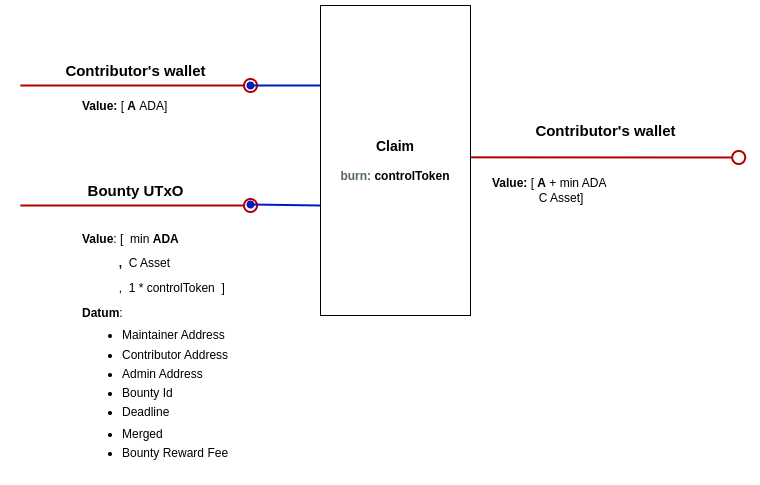
This is docs/img/claim.png from githoney-io/githoney-smart-contract, a draw.io export, as it was before one commit. Source tidied: cells renumbered, new cells last; positions are measured from the earlier drawing's top-left corner, leaving out a move shared by most shapes.
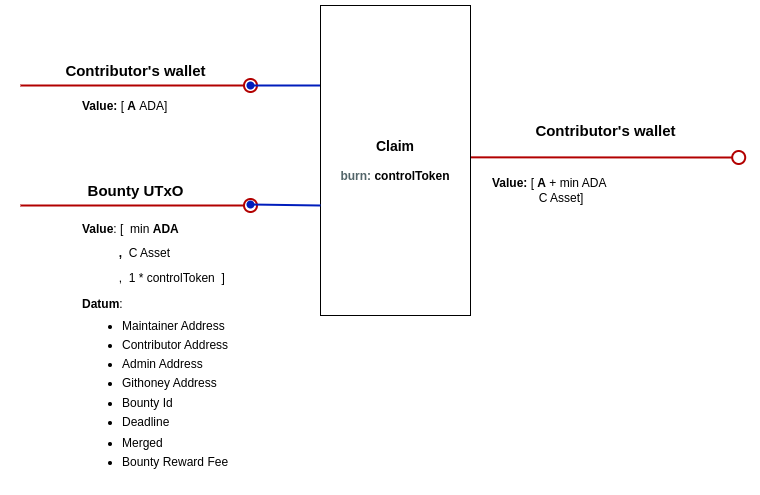
Later version of the same file.

Commit message:
Adding githoney address to datum

What changed in the source:
```diff
@@ -47,7 +47,7 @@
     <mxCell id="11" value="&lt;font style=&quot;font-size: 15px;&quot;&gt;&lt;b&gt;Bounty UTxO&lt;/b&gt;&lt;/font&gt;" style="text;html=1;align=center;verticalAlign=middle;strokeColor=none;fillColor=none;" parent="1" vertex="1">
       <mxGeometry x="55" y="170" width="120" height="30" as="geometry" />
     </mxCell>
-    <mxCell id="12" value="&lt;p style=&quot;line-height: 100%;&quot;&gt;&lt;b&gt;Value&lt;/b&gt;: [&amp;nbsp; min&lt;b&gt;&amp;nbsp;ADA&lt;/b&gt;&lt;/p&gt;&lt;p style=&quot;line-height: 100%;&quot;&gt;&lt;b&gt;&lt;span style=&quot;white-space: pre;&quot;&gt;&#9;&lt;/span&gt;&amp;nbsp; &amp;nbsp;,&amp;nbsp; &lt;/b&gt;C Asset&lt;br&gt;&lt;/p&gt;&lt;span style=&quot;background-color: initial;&quot;&gt;&amp;nbsp; &amp;nbsp; &amp;nbsp; &amp;nbsp; &amp;nbsp; &amp;nbsp;,&amp;nbsp; 1 * controlToken&lt;/span&gt;&lt;b style=&quot;background-color: initial;&quot;&gt;&amp;nbsp;&amp;nbsp;&lt;/b&gt;&lt;span style=&quot;background-color: initial;&quot;&gt;]&amp;nbsp;&lt;/span&gt;&lt;div&gt;&lt;div&gt;&lt;p style=&quot;line-height: 100%;&quot;&gt;&lt;b&gt;Datum&lt;/b&gt;:&lt;/p&gt;&lt;ul style=&quot;line-height: 80%;&quot;&gt;&lt;li&gt;Maintainer Address&lt;br&gt;&lt;br&gt;&lt;/li&gt;&lt;li&gt;Contributor Address&lt;/li&gt;&lt;br&gt;&lt;li&gt;Admin Address&amp;nbsp; &amp;nbsp; &amp;nbsp; &amp;nbsp; &amp;nbsp; &amp;nbsp;&lt;br&gt;&amp;nbsp; &amp;nbsp; &amp;nbsp;&lt;/li&gt;&lt;li&gt;Bounty Id&lt;br&gt;&lt;br&gt;&lt;/li&gt;&lt;li&gt;Deadline&lt;/li&gt;&lt;/ul&gt;&lt;ul style=&quot;line-height: 80%;&quot;&gt;&lt;li&gt;Merged&lt;br&gt;&lt;br&gt;&lt;/li&gt;&lt;li&gt;Bounty Reward Fee&lt;br&gt;&lt;br&gt;&lt;/li&gt;&lt;/ul&gt;&lt;p&gt;&lt;/p&gt;&lt;/div&gt;&lt;/div&gt;" style="text;html=1;strokeColor=none;fillColor=none;align=left;verticalAlign=middle;whiteSpace=wrap;rounded=0;" parent="1" vertex="1">
+    <mxCell id="12" value="&lt;p style=&quot;line-height: 100%;&quot;&gt;&lt;b&gt;Value&lt;/b&gt;: [&amp;nbsp; min&lt;b&gt;&amp;nbsp;ADA&lt;/b&gt;&lt;/p&gt;&lt;p style=&quot;line-height: 100%;&quot;&gt;&lt;b&gt;&lt;span style=&quot;white-space: pre;&quot;&gt;&#9;&lt;/span&gt;&amp;nbsp; &amp;nbsp;,&amp;nbsp; &lt;/b&gt;C Asset&lt;br&gt;&lt;/p&gt;&lt;span style=&quot;background-color: initial;&quot;&gt;&amp;nbsp; &amp;nbsp; &amp;nbsp; &amp;nbsp; &amp;nbsp; &amp;nbsp;,&amp;nbsp; 1 * controlToken&lt;/span&gt;&lt;b style=&quot;background-color: initial;&quot;&gt;&amp;nbsp;&amp;nbsp;&lt;/b&gt;&lt;span style=&quot;background-color: initial;&quot;&gt;]&amp;nbsp;&lt;/span&gt;&lt;div&gt;&lt;div&gt;&lt;p style=&quot;line-height: 100%;&quot;&gt;&lt;b&gt;Datum&lt;/b&gt;:&lt;/p&gt;&lt;ul style=&quot;line-height: 80%;&quot;&gt;&lt;li&gt;Maintainer Address&lt;br&gt;&lt;br&gt;&lt;/li&gt;&lt;li&gt;Contributor Address&lt;/li&gt;&lt;br&gt;&lt;li&gt;Admin Address&amp;nbsp; &amp;nbsp;&lt;br&gt;&lt;br&gt;&lt;/li&gt;&lt;li&gt;Githoney Address&amp;nbsp; &amp;nbsp; &amp;nbsp; &amp;nbsp;&amp;nbsp;&lt;br&gt;&amp;nbsp; &amp;nbsp; &amp;nbsp;&lt;/li&gt;&lt;li&gt;Bounty Id&lt;br&gt;&lt;br&gt;&lt;/li&gt;&lt;li&gt;Deadline&lt;/li&gt;&lt;/ul&gt;&lt;ul style=&quot;line-height: 80%;&quot;&gt;&lt;li&gt;Merged&lt;br&gt;&lt;br&gt;&lt;/li&gt;&lt;li&gt;Bounty Reward Fee&lt;br&gt;&lt;br&gt;&lt;/li&gt;&lt;/ul&gt;&lt;p&gt;&lt;/p&gt;&lt;/div&gt;&lt;/div&gt;" style="text;html=1;strokeColor=none;fillColor=none;align=left;verticalAlign=middle;whiteSpace=wrap;rounded=0;" parent="1" vertex="1">
       <mxGeometry x="60" y="220" width="437.4" height="250" as="geometry" />
     </mxCell>
     <mxCell id="13" value="&lt;b&gt;Value: &lt;/b&gt;[&lt;b&gt;&amp;nbsp;A&lt;/b&gt;&amp;nbsp;+ min ADA&lt;br&gt;&lt;div&gt;&lt;span style=&quot;white-space: pre;&quot;&gt;&#9;&lt;/span&gt;&amp;nbsp; &amp;nbsp; &amp;nbsp; C Asset]&lt;/div&gt;" style="text;html=1;strokeColor=none;fillColor=none;align=left;verticalAlign=middle;whiteSpace=wrap;rounded=0;" parent="1" vertex="1">
```
